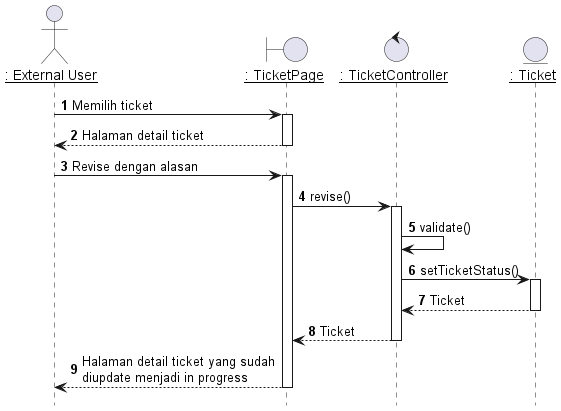
Above: out/plantuml/sequence/ex/ex6/Merevisi Ticket.png in TAS-PKL/Laporan-PKL-Ticketing (PlantUML), before the change.
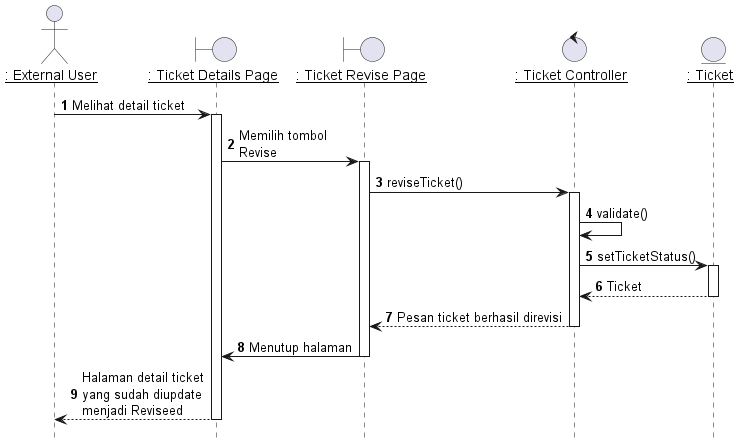
Above is the later version.

The edit, as a diff of the source:
```diff
@@ -2,28 +2,24 @@
 
 hide footbox
 
-
-actor EU as "__: External User__"
-boundary TicketPage as "__: TicketPage__"
-control TicketController as "__: TicketController__"
+actor IPM as "__: External User__"
+boundary TicketDetailsPage as "__: Ticket Details Page__"
+boundary TicketRevisePage as "__: Ticket Revise Page__"
+control TicketController as "__: Ticket Controller__"
 entity Ticket as "__: Ticket__"
 
 autonumber 1
-EU -> TicketPage: Memilih ticket
-activate TicketPage
+IPM -> TicketDetailsPage: Melihat detail ticket
+activate TicketDetailsPage
 
-TicketPage --> EU: Halaman detail ticket
-deactivate TicketPage
+TicketDetailsPage -> TicketRevisePage : Memilih tombol\nRevise
+activate TicketRevisePage
 
 
-EU -> TicketPage: Revise dengan alasan
-activate TicketPage
-
-TicketPage -> TicketController: revise()
+TicketRevisePage -> TicketController: reviseTicket()
 activate TicketController
 
 TicketController -> TicketController: validate()
-
 
 TicketController -> Ticket: setTicketStatus()
 activate Ticket
@@ -31,11 +27,14 @@
 Ticket --> TicketController : Ticket
 deactivate Ticket
 
-TicketController --> TicketPage : Ticket
+TicketController --> TicketRevisePage : Pesan ticket berhasil direvisi
 deactivate TicketController
 
-TicketPage --> EU : Halaman detail ticket yang sudah\ndiupdate menjadi in progress
-deactivate TicketPage
+TicketRevisePage -> TicketDetailsPage : Menutup halaman
+deactivate TicketRevisePage
+
+TicketDetailsPage --> IPM : Halaman detail ticket\nyang sudah diupdate\nmenjadi Reviseed
+deactivate TicketDetailsPage
 
 
 @enduml
```
